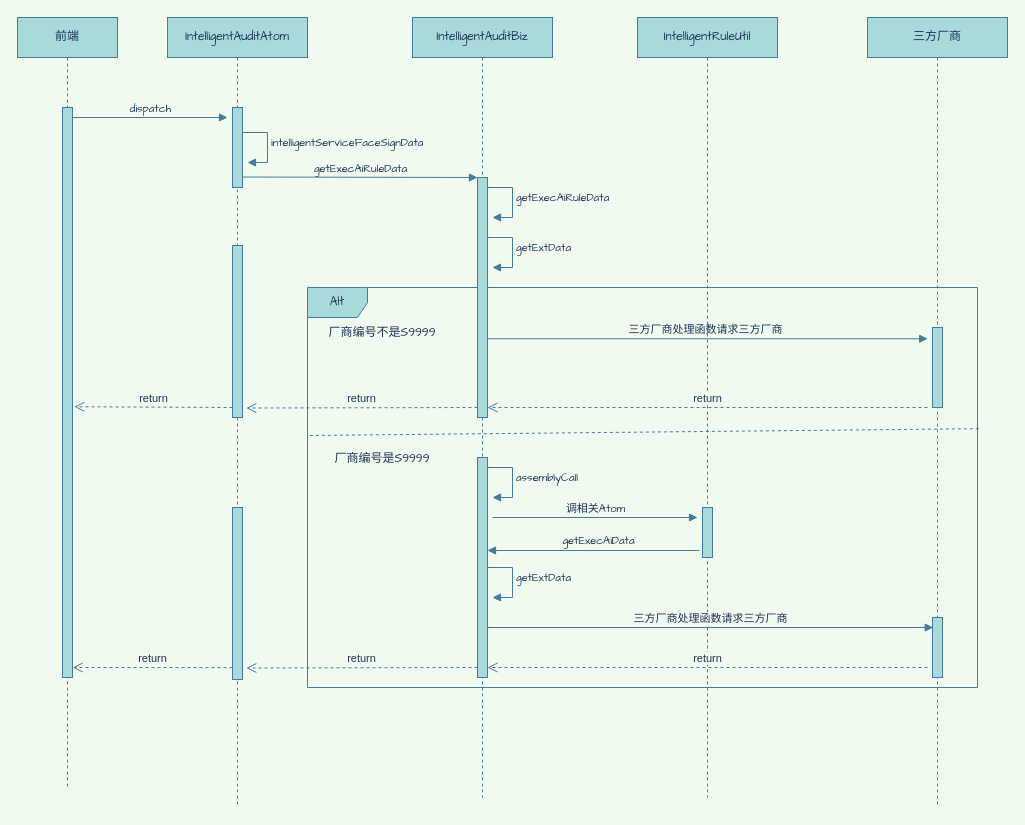
The draw.io diagram 时序图/I9900003.drawio in ZouShuYou/diagrams, before the edit. Source tidied: cells renumbered, new cells numbered last; positions are measured from the earlier drawing's top-left corner, leaving out a move shared by most shapes. Both pictures are drawn from the tidied source at 100%, with x=0, y=0 at pixel (17, 17).
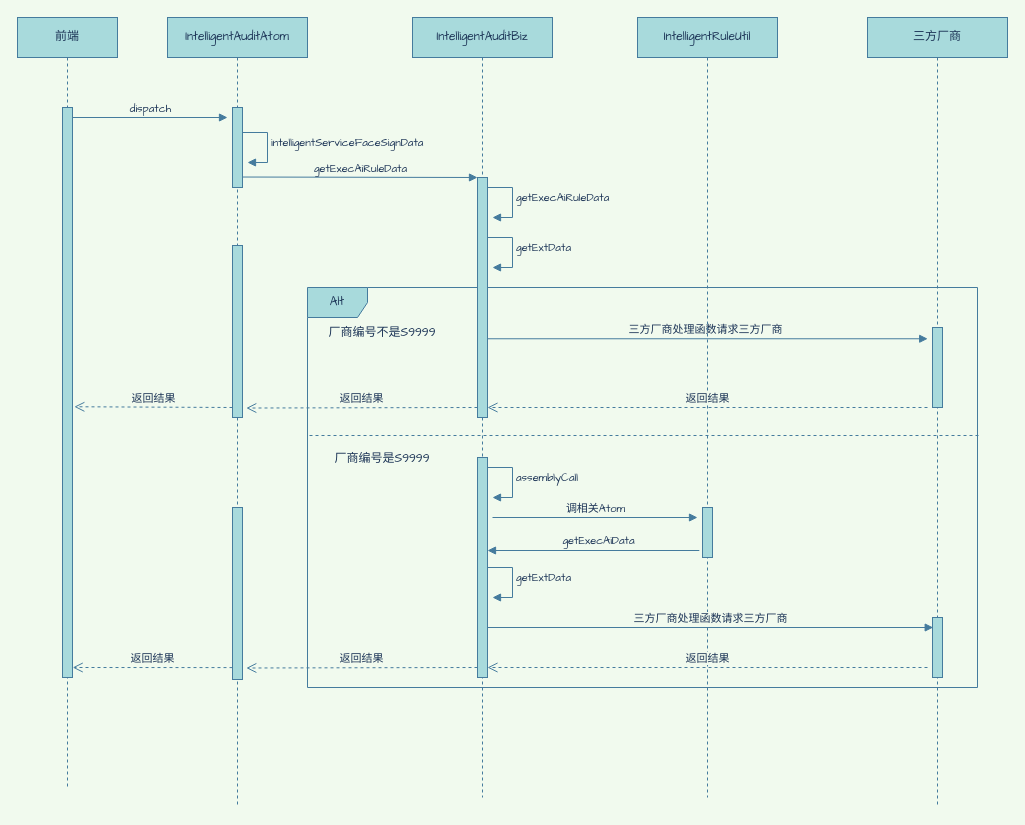
The same diagram, later.

Unchanged cells that the change refers to:
```xml
<mxCell id="2" value="Alt" style="shape=umlFrame;whiteSpace=wrap;rounded=0;sketch=0;strokeColor=#457B9D;fillColor=#A8DADC;fontFamily=Comic Sans MS;fontColor=#1D3557;fontStyle=0;html=1;" parent="1" vertex="1">
  <mxGeometry x="290" y="270" width="670" height="400" as="geometry" />
</mxCell>
<mxCell id="4" value="前端" style="shape=umlLifeline;perimeter=lifelinePerimeter;whiteSpace=wrap;html=1;strokeColor=#457B9D;glass=0;shadow=0;fontFamily=Comic Sans MS;fillColor=#A8DADC;fontColor=#1D3557;" parent="1" vertex="1">
  <mxGeometry width="100" height="770" as="geometry" />
</mxCell>
<mxCell id="7" style="html=1;points=[];perimeter=orthogonalPerimeter;strokeColor=#457B9D;fillColor=#A8DADC;fontColor=#1D3557;fontFamily=Comic Sans MS;" parent="1" vertex="1">
  <mxGeometry x="45" y="90" width="10" height="570" as="geometry" />
</mxCell>
<mxCell id="13" style="html=1;points=[];perimeter=orthogonalPerimeter;strokeColor=#457B9D;fillColor=#A8DADC;fontFamily=Comic Sans MS;fontColor=#1D3557;" parent="1" vertex="1">
  <mxGeometry x="215" y="228" width="10" height="172" as="geometry" />
</mxCell>
```

What changed in the source:
```diff
@@
-    <mxCell id="5" value="return" style="html=1;verticalAlign=bottom;endArrow=open;dashed=1;endSize=8;strokeColor=#457B9D;fillColor=#A8DADC;fontColor=#1D3557;entryX=1.376;entryY=0.945;entryDx=0;entryDy=0;entryPerimeter=0;labelBackgroundColor=#F1FAEE;" parent="4" edge="1" target="13">
+    <mxCell id="5" value="返回结果" style="html=1;verticalAlign=bottom;endArrow=open;dashed=1;endSize=8;strokeColor=#457B9D;fillColor=#A8DADC;fontColor=#1D3557;entryX=1.376;entryY=0.945;entryDx=0;entryDy=0;entryPerimeter=0;labelBackgroundColor=#F1FAEE;" parent="4" edge="1" target="13">
       <mxGeometry relative="1" as="geometry">
         <mxPoint x="460" y="390" as="sourcePoint" />
       </mxGeometry>
     </mxCell>
-    <mxCell id="6" value="return" style="html=1;verticalAlign=bottom;endArrow=open;dashed=1;endSize=8;strokeColor=#457B9D;fillColor=#A8DADC;fontColor=#1D3557;labelBackgroundColor=#F1FAEE;entryX=1.183;entryY=0.525;entryDx=0;entryDy=0;entryPerimeter=0;" parent="4" edge="1" target="7">
+    <mxCell id="6" value="返回结果" style="html=1;verticalAlign=bottom;endArrow=open;dashed=1;endSize=8;strokeColor=#457B9D;fillColor=#A8DADC;fontColor=#1D3557;labelBackgroundColor=#F1FAEE;entryX=1.183;entryY=0.525;entryDx=0;entryDy=0;entryPerimeter=0;" parent="4" edge="1" target="7">
       <mxGeometry relative="1" as="geometry">
         <mxPoint x="215" y="390" as="sourcePoint" />
       </mxGeometry>
     </mxCell>
@@
-    <mxCell id="21" style="endArrow=none;html=1;strokeColor=#457B9D;fillColor=#A8DADC;fontFamily=Comic Sans MS;fontColor=#1D3557;exitX=1.002;exitY=0.353;exitDx=0;exitDy=0;exitPerimeter=0;dashed=1;labelBackgroundColor=#F1FAEE;" parent="1" edge="1" source="2">
+    <mxCell id="21" style="endArrow=none;html=1;strokeColor=#457B9D;fillColor=#A8DADC;fontFamily=Comic Sans MS;fontColor=#1D3557;dashed=1;labelBackgroundColor=#F1FAEE;" parent="1" edge="1">
       <mxGeometry relative="1" as="geometry">
+        <mxPoint x="961" y="418" as="sourcePoint" />
         <mxPoint x="292" y="418" as="targetPoint" />
       </mxGeometry>
     </mxCell>
@@
-    <mxCell id="29" value="return" style="html=1;verticalAlign=bottom;endArrow=open;dashed=1;endSize=8;strokeColor=#457B9D;fillColor=#A8DADC;fontColor=#1D3557;labelBackgroundColor=#F1FAEE;" parent="1" edge="1">
+    <mxCell id="29" value="返回结果" style="html=1;verticalAlign=bottom;endArrow=open;dashed=1;endSize=8;strokeColor=#457B9D;fillColor=#A8DADC;fontColor=#1D3557;labelBackgroundColor=#F1FAEE;" parent="1" edge="1">
       <mxGeometry relative="1" as="geometry">
         <mxPoint x="910" y="390" as="sourcePoint" />
         <mxPoint x="470" y="390" as="targetPoint" />
       </mxGeometry>
     </mxCell>
@@
-    <mxCell id="36" value="return" style="html=1;verticalAlign=bottom;endArrow=open;dashed=1;endSize=8;strokeColor=#457B9D;fillColor=#A8DADC;fontColor=#1D3557;labelBackgroundColor=#F1FAEE;" parent="1" edge="1">
+    <mxCell id="36" value="返回结果" style="html=1;verticalAlign=bottom;endArrow=open;dashed=1;endSize=8;strokeColor=#457B9D;fillColor=#A8DADC;fontColor=#1D3557;labelBackgroundColor=#F1FAEE;" parent="1" edge="1">
       <mxGeometry relative="1" as="geometry">
         <mxPoint x="910" y="650" as="sourcePoint" />
         <mxPoint x="470" y="650" as="targetPoint" />
       </mxGeometry>
     </mxCell>
-    <mxCell id="37" value="return" style="html=1;verticalAlign=bottom;endArrow=open;dashed=1;endSize=8;strokeColor=#457B9D;fillColor=#A8DADC;fontColor=#1D3557;entryX=1.376;entryY=0.945;entryDx=0;entryDy=0;entryPerimeter=0;labelBackgroundColor=#F1FAEE;" parent="1" edge="1">
+    <mxCell id="37" value="返回结果" style="html=1;verticalAlign=bottom;endArrow=open;dashed=1;endSize=8;strokeColor=#457B9D;fillColor=#A8DADC;fontColor=#1D3557;entryX=1.376;entryY=0.945;entryDx=0;entryDy=0;entryPerimeter=0;labelBackgroundColor=#F1FAEE;" parent="1" edge="1">
       <mxGeometry relative="1" as="geometry">
         <mxPoint x="460" y="650" as="sourcePoint" />
         <mxPoint x="228.8" y="650.5" as="targetPoint" />
       </mxGeometry>
     </mxCell>
-    <mxCell id="38" value="return" style="html=1;verticalAlign=bottom;endArrow=open;dashed=1;endSize=8;strokeColor=#457B9D;fillColor=#A8DADC;fontColor=#1D3557;labelBackgroundColor=#F1FAEE;entryX=1.022;entryY=0.588;entryDx=0;entryDy=0;entryPerimeter=0;" parent="1" edge="1">
+    <mxCell id="38" value="返回结果" style="html=1;verticalAlign=bottom;endArrow=open;dashed=1;endSize=8;strokeColor=#457B9D;fillColor=#A8DADC;fontColor=#1D3557;labelBackgroundColor=#F1FAEE;entryX=1.022;entryY=0.588;entryDx=0;entryDy=0;entryPerimeter=0;" parent="1" edge="1">
       <mxGeometry relative="1" as="geometry">
         <mxPoint x="215" y="650.1" as="sourcePoint" />
         <mxPoint x="55.2" y="650" as="targetPoint" />
       </mxGeometry>
     </mxCell>
```
